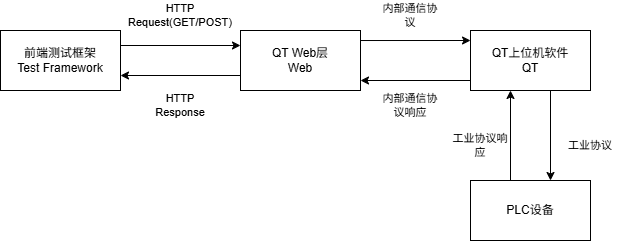
This is 前后端流程.drawio.png from Taylor-Hu/python_code, a draw.io export, as it was before one commit. Source tidied: cells renumbered, new cells last; positions are measured from the earlier drawing's top-left corner, leaving out a move shared by most shapes.
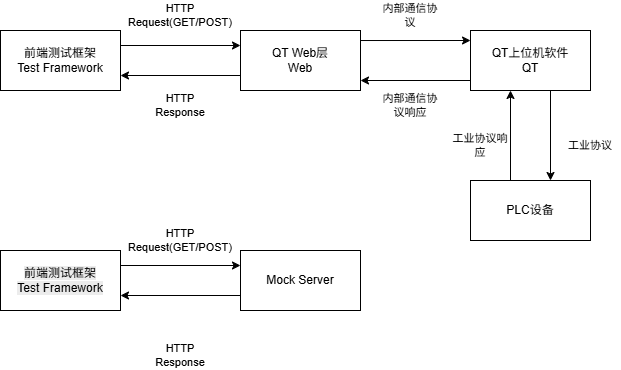
After the commit.

Commit message:
更新前后端流程.drawio.png

Diff of the diagram source:
```diff
@@ -61,5 +61,25 @@
     <mxCell id="17" value="工业协议响应" style="text;html=1;whiteSpace=wrap;strokeColor=none;fillColor=none;align=center;verticalAlign=middle;rounded=0;fontFamily=Helvetica;fontSize=11;fontColor=default;labelBackgroundColor=default;" parent="1" vertex="1">
       <mxGeometry x="450" y="130" width="60" height="30" as="geometry" />
     </mxCell>
+    <mxCell id="18" value="&lt;span style=&quot;font-size: 12px; background-color: rgb(236, 236, 236);&quot;&gt;前端测试框架&lt;/span&gt;&lt;div style=&quot;font-size: 12px; background-color: rgb(236, 236, 236);&quot;&gt;Test Framework&lt;/div&gt;" style="rounded=0;whiteSpace=wrap;html=1;fontFamily=Helvetica;fontSize=11;fontColor=default;labelBackgroundColor=default;" parent="1" vertex="1">
+      <mxGeometry y="250" width="120" height="60" as="geometry" />
+    </mxCell>
+    <mxCell id="19" value="Mock Server" style="rounded=0;whiteSpace=wrap;html=1;" parent="1" vertex="1">
+      <mxGeometry x="240" y="250" width="120" height="60" as="geometry" />
+    </mxCell>
+    <mxCell id="20" value="HTTP Request(GET/POST)" style="text;html=1;whiteSpace=wrap;strokeColor=none;fillColor=none;align=center;verticalAlign=middle;rounded=0;fontFamily=Helvetica;fontSize=11;fontColor=default;labelBackgroundColor=default;" parent="1" vertex="1">
+      <mxGeometry x="150" y="225" width="60" height="30" as="geometry" />
+    </mxCell>
+    <mxCell id="21" value="HTTP Response" style="text;html=1;whiteSpace=wrap;strokeColor=none;fillColor=none;align=center;verticalAlign=middle;rounded=0;fontFamily=Helvetica;fontSize=11;fontColor=default;labelBackgroundColor=default;" parent="1" vertex="1">
+      <mxGeometry x="150" y="340" width="60" height="30" as="geometry" />
+    </mxCell>
+    <mxCell id="22" style="endArrow=classic;html=1;rounded=0;strokeColor=default;align=center;verticalAlign=middle;fontFamily=Helvetica;fontSize=11;fontColor=default;labelBackgroundColor=default;entryX=0;entryY=0.25;entryDx=0;entryDy=0;" parent="1" edge="1" target="19">
+      <mxGeometry relative="1" as="geometry">
+        <mxPoint x="120" y="265" as="sourcePoint" />
+      </mxGeometry>
+    </mxCell>
+    <mxCell id="23" style="endArrow=classic;html=1;rounded=0;strokeColor=default;align=center;verticalAlign=middle;fontFamily=Helvetica;fontSize=11;fontColor=default;labelBackgroundColor=default;entryX=1;entryY=0.75;entryDx=0;entryDy=0;exitX=0;exitY=0.75;exitDx=0;exitDy=0;" parent="1" edge="1" source="19" target="18">
+      <mxGeometry relative="1" as="geometry" />
+    </mxCell>
   </root>
 </mxGraphModel>
```
